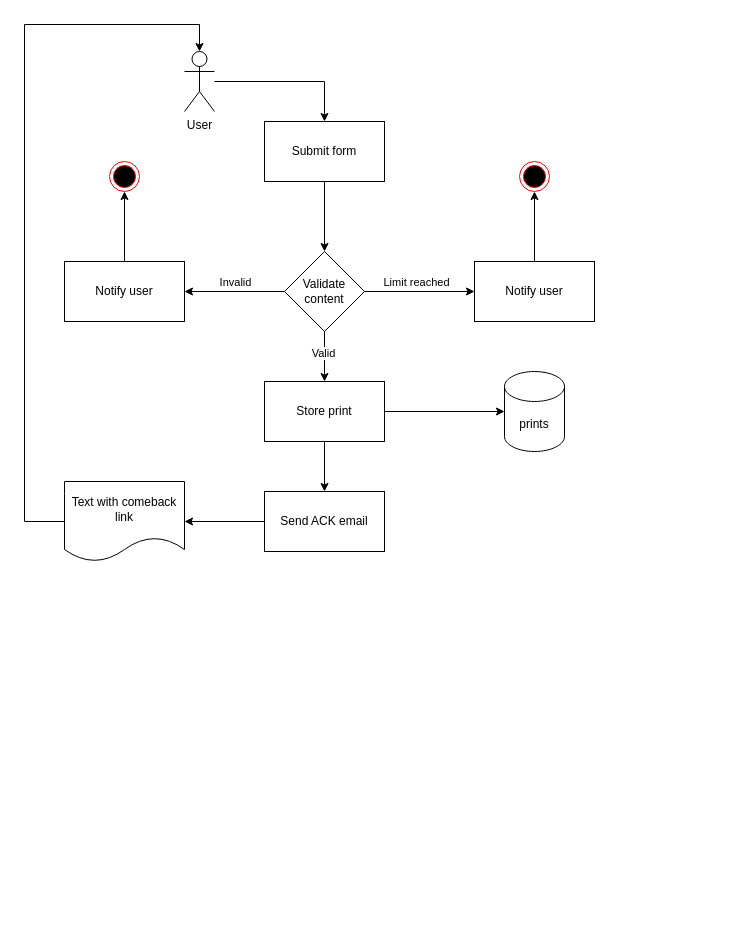
Above: loyalty/User Flow.drawio in valassis-fcalle/diagramas.net (draw.io), before the change. Source tidied: cells renumbered, new cells numbered last; positions are measured from the earlier drawing's top-left corner, leaving out a move shared by most shapes. Both pictures are drawn from the tidied source at 100%, with x=0, y=0 at pixel (24, 24).
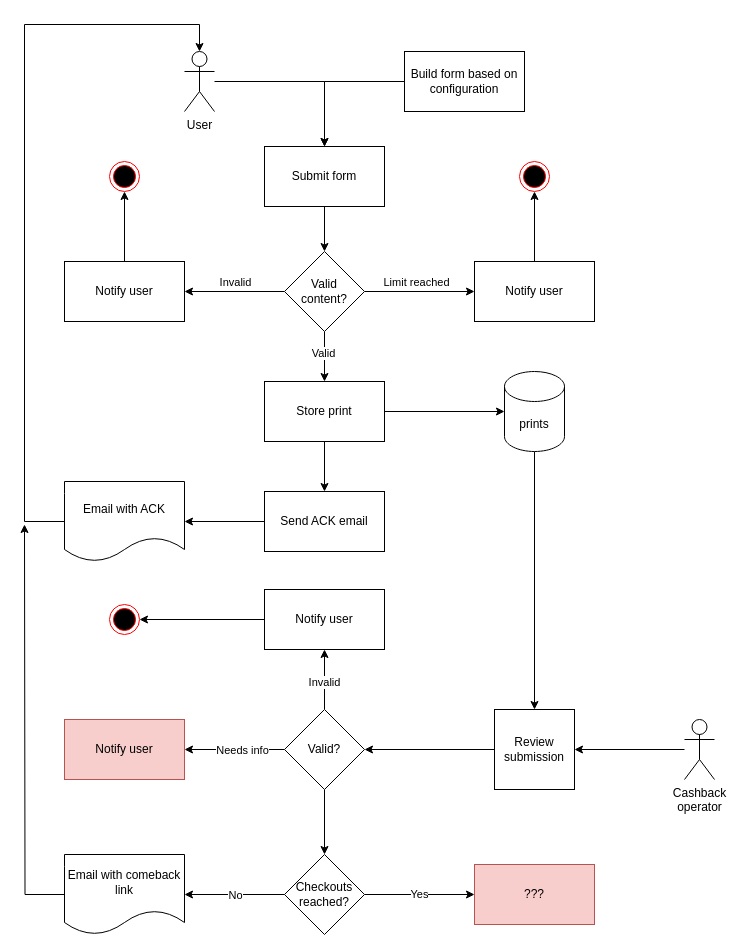
The same page after the edit.

The change refers to these unchanged cells:
```xml
<mxCell id="20" value="prints" style="shape=cylinder3;whiteSpace=wrap;html=1;boundedLbl=1;backgroundOutline=1;size=15;" parent="1" vertex="1">
  <mxGeometry x="480" y="347" width="60" height="80" as="geometry" />
</mxCell>
```

The edit, as a diff of the source:
```diff
@@
     <mxCell id="3" value="Submit form" style="rounded=0;whiteSpace=wrap;html=1;" parent="1" vertex="1">
-      <mxGeometry x="240" y="97" width="120" height="60" as="geometry" />
+      <mxGeometry x="240" y="122" width="120" height="60" as="geometry" />
     </mxCell>
@@
-    <mxCell id="10" value="Validate&lt;br&gt;content" style="rhombus;whiteSpace=wrap;html=1;" parent="1" vertex="1">
+    <mxCell id="10" value="Valid&lt;br&gt;content?" style="rhombus;whiteSpace=wrap;html=1;" parent="1" vertex="1">
       <mxGeometry x="260" y="227" width="80" height="80" as="geometry" />
     </mxCell>
@@
+    <mxCell id="27" style="edgeStyle=orthogonalEdgeStyle;rounded=0;jettySize=auto;html=1;entryX=0.5;entryY=0;entryDx=0;entryDy=0;" parent="1" edge="1" source="20" target="31">
+      <mxGeometry relative="1" as="geometry" />
+    </mxCell>
@@
-    <mxCell id="26" value="Text with comeback link" style="shape=document;whiteSpace=wrap;html=1;boundedLbl=1;" parent="1" vertex="1">
+    <mxCell id="26" value="Email with ACK" style="shape=document;whiteSpace=wrap;html=1;boundedLbl=1;" parent="1" vertex="1">
       <mxGeometry x="40" y="457" width="120" height="80" as="geometry" />
     </mxCell>
+    <mxCell id="28" style="edgeStyle=orthogonalEdgeStyle;rounded=0;jettySize=auto;html=1;entryX=1;entryY=0.5;entryDx=0;entryDy=0;" parent="1" edge="1" source="29" target="31">
+      <mxGeometry relative="1" as="geometry" />
+    </mxCell>
+    <mxCell id="29" value="Cashback&lt;br&gt;operator" style="shape=umlActor;verticalLabelPosition=bottom;verticalAlign=top;html=1;outlineConnect=0;" parent="1" vertex="1">
+      <mxGeometry x="660" y="695" width="30" height="60" as="geometry" />
+    </mxCell>
+    <mxCell id="30" style="edgeStyle=orthogonalEdgeStyle;rounded=0;jettySize=auto;html=1;" parent="1" edge="1" source="31" target="37">
+      <mxGeometry relative="1" as="geometry" />
+    </mxCell>
+    <mxCell id="31" value="Review submission" style="whiteSpace=wrap;html=1;" parent="1" vertex="1">
+      <mxGeometry x="470" y="685" width="80" height="80" as="geometry" />
+    </mxCell>
+    <mxCell id="32" style="edgeStyle=orthogonalEdgeStyle;rounded=0;jettySize=auto;html=1;entryX=0.5;entryY=1;entryDx=0;entryDy=0;" parent="1" edge="1" source="37" target="39">
+      <mxGeometry relative="1" as="geometry" />
+    </mxCell>
+    <mxCell id="33" value="Invalid" style="edgeLabel;html=1;align=center;verticalAlign=middle;" parent="32" vertex="1">
+      <mxGeometry x="-0.07" y="1" relative="1" as="geometry" />
+    </mxCell>
+    <mxCell id="34" style="edgeStyle=orthogonalEdgeStyle;rounded=0;jettySize=auto;html=1;entryX=1;entryY=0.5;entryDx=0;entryDy=0;" parent="1" edge="1" source="37" target="41">
+      <mxGeometry relative="1" as="geometry" />
+    </mxCell>
+    <mxCell id="35" value="Needs info" style="edgeLabel;html=1;align=center;verticalAlign=middle;" parent="34" vertex="1">
+      <mxGeometry x="0.12" relative="1" as="geometry">
+        <mxPoint x="13" as="offset" />
+      </mxGeometry>
+    </mxCell>
+    <mxCell id="36" style="edgeStyle=orthogonalEdgeStyle;rounded=0;jettySize=auto;html=1;entryX=0.5;entryY=0;entryDx=0;entryDy=0;" parent="1" edge="1" source="37" target="47">
+      <mxGeometry relative="1" as="geometry" />
+    </mxCell>
+    <mxCell id="37" value="Valid?" style="rhombus;whiteSpace=wrap;html=1;" parent="1" vertex="1">
+      <mxGeometry x="260" y="685" width="80" height="80" as="geometry" />
+    </mxCell>
+    <mxCell id="38" style="edgeStyle=orthogonalEdgeStyle;rounded=0;jettySize=auto;html=1;entryX=1;entryY=0.5;entryDx=0;entryDy=0;" parent="1" edge="1" source="39" target="40">
+      <mxGeometry relative="1" as="geometry" />
+    </mxCell>
+    <mxCell id="39" value="Notify user" style="whiteSpace=wrap;html=1;" parent="1" vertex="1">
+      <mxGeometry x="240" y="565" width="120" height="60" as="geometry" />
+    </mxCell>
+    <mxCell id="40" style="ellipse;html=1;shape=endState;fillColor=#000000;strokeColor=#ff0000;" parent="1" vertex="1">
+      <mxGeometry x="85" y="580" width="30" height="30" as="geometry" />
+    </mxCell>
+    <mxCell id="41" value="Notify user" style="rounded=0;whiteSpace=wrap;html=1;fillColor=#f8cecc;strokeColor=#b85450;" parent="1" vertex="1">
+      <mxGeometry x="40" y="695" width="120" height="60" as="geometry" />
+    </mxCell>
+    <mxCell id="42" style="edgeStyle=orthogonalEdgeStyle;rounded=0;jettySize=auto;html=1;" parent="1" edge="1" source="43">
+      <mxGeometry relative="1" as="geometry">
+        <mxPoint y="500" as="targetPoint" />
+      </mxGeometry>
+    </mxCell>
+    <mxCell id="43" value="Email with comeback link" style="shape=document;whiteSpace=wrap;html=1;boundedLbl=1;" parent="1" vertex="1">
+      <mxGeometry x="40" y="830" width="120" height="80" as="geometry" />
+    </mxCell>
+    <mxCell id="44" style="edgeStyle=orthogonalEdgeStyle;rounded=0;jettySize=auto;html=1;" parent="1" edge="1" source="47" target="43">
+      <mxGeometry relative="1" as="geometry" />
+    </mxCell>
+    <mxCell id="45" value="No" style="edgeLabel;html=1;align=center;verticalAlign=middle;" parent="44" vertex="1">
+      <mxGeometry y="2" relative="1" as="geometry">
+        <mxPoint y="-2" as="offset" />
+      </mxGeometry>
+    </mxCell>
+    <mxCell id="46" value="Yes&lt;br&gt;" style="edgeStyle=orthogonalEdgeStyle;rounded=0;jettySize=auto;html=1;entryX=0;entryY=0.5;entryDx=0;entryDy=0;" parent="1" edge="1" source="47" target="48">
+      <mxGeometry relative="1" as="geometry" />
+    </mxCell>
+    <mxCell id="47" value="Checkouts&lt;br&gt;reached?" style="rhombus;whiteSpace=wrap;html=1;" parent="1" vertex="1">
+      <mxGeometry x="260" y="830" width="80" height="80" as="geometry" />
+    </mxCell>
+    <mxCell id="48" value="???" style="rounded=0;whiteSpace=wrap;html=1;fillColor=#f8cecc;strokeColor=#b85450;" parent="1" vertex="1">
+      <mxGeometry x="450" y="840" width="120" height="60" as="geometry" />
+    </mxCell>
+    <mxCell id="49" style="edgeStyle=orthogonalEdgeStyle;rounded=0;jettySize=auto;html=1;entryX=0.5;entryY=0;entryDx=0;entryDy=0;" parent="1" edge="1" source="50" target="3">
+      <mxGeometry relative="1" as="geometry" />
+    </mxCell>
+    <mxCell id="50" value="Build form based on configuration" style="rounded=0;whiteSpace=wrap;html=1;" parent="1" vertex="1">
+      <mxGeometry x="380" y="27" width="120" height="60" as="geometry" />
+    </mxCell>
```
